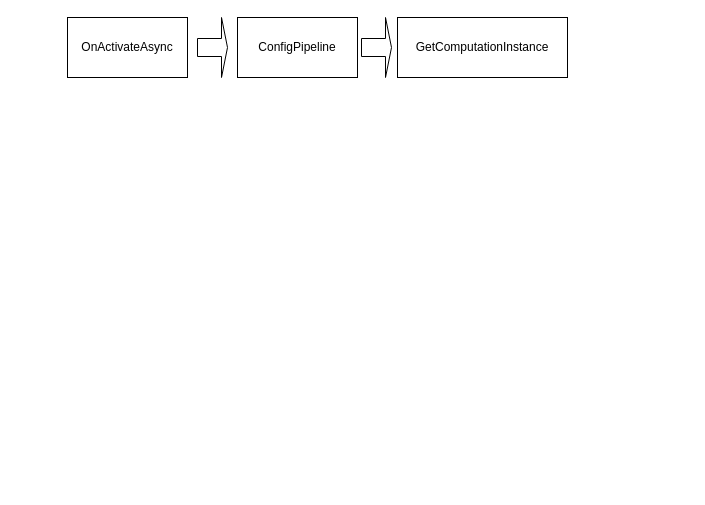
Above: work.drawio in baoqger/drawing.io (draw.io), before the change. Source tidied: cells renumbered, new cells numbered last; positions are measured from the earlier drawing's top-left corner, leaving out a move shared by most shapes. Both pictures are drawn from the tidied source at 100%, with x=0, y=0 at pixel (67, 17).
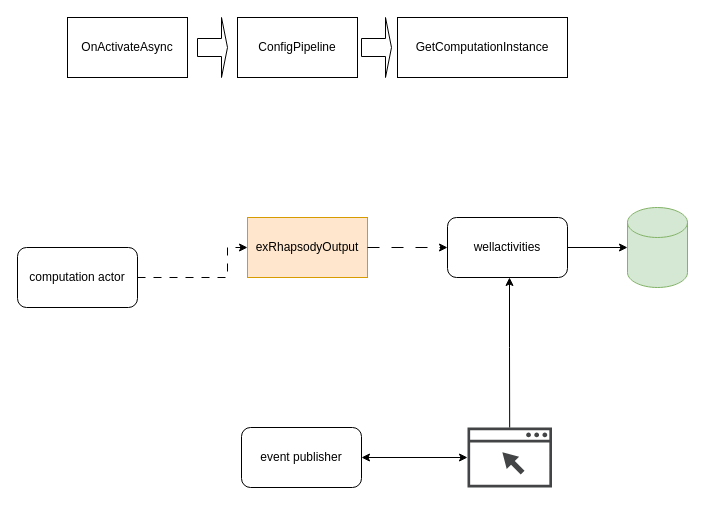
Above is the later version.

Change to the diagram source:
```diff
@@
+    <mxCell id="7" value="computation actor" style="rounded=1;whiteSpace=wrap;html=1;" parent="1" vertex="1">
+      <mxGeometry x="-50" y="230" width="120" height="60" as="geometry" />
+    </mxCell>
+    <mxCell id="8" value="exRhapsodyOutput" style="rounded=0;whiteSpace=wrap;html=1;fillColor=#ffe6cc;strokeColor=#d79b00;" parent="1" vertex="1">
+      <mxGeometry x="180" y="200" width="120" height="60" as="geometry" />
+    </mxCell>
+    <mxCell id="9" style="endArrow=classic;html=1;rounded=0;exitX=1;exitY=0.5;exitDx=0;exitDy=0;entryX=0;entryY=0.5;entryDx=0;entryDy=0;dashed=1;dashPattern=8 8;" parent="1" edge="1" source="7" target="8">
+      <mxGeometry relative="1" as="geometry">
+        <Array as="points">
+          <mxPoint x="160" y="260" />
+          <mxPoint x="160" y="230" />
+        </Array>
+      </mxGeometry>
+    </mxCell>
+    <mxCell id="10" value="wellactivities" style="rounded=1;whiteSpace=wrap;html=1;" parent="1" vertex="1">
+      <mxGeometry x="380" y="200" width="120" height="60" as="geometry" />
+    </mxCell>
+    <mxCell id="11" style="shape=cylinder3;whiteSpace=wrap;html=1;boundedLbl=1;backgroundOutline=1;size=15;fillColor=#d5e8d4;strokeColor=#82b366;" parent="1" vertex="1">
+      <mxGeometry x="560" y="190" width="60" height="80" as="geometry" />
+    </mxCell>
+    <mxCell id="12" style="endArrow=classic;html=1;rounded=0;exitX=1;exitY=0.5;exitDx=0;exitDy=0;entryX=0;entryY=0.5;entryDx=0;entryDy=0;dashed=1;dashPattern=12 12;" parent="1" edge="1" source="8" target="10">
+      <mxGeometry relative="1" as="geometry" />
+    </mxCell>
+    <mxCell id="13" style="endArrow=classic;html=1;rounded=0;exitX=1;exitY=0.5;exitDx=0;exitDy=0;entryX=0;entryY=0.5;entryDx=0;entryDy=0;entryPerimeter=0;" parent="1" edge="1" source="10" target="11">
+      <mxGeometry relative="1" as="geometry" />
+    </mxCell>
+    <mxCell id="14" value="event publisher" style="rounded=1;whiteSpace=wrap;html=1;" parent="1" vertex="1">
+      <mxGeometry x="174" y="410" width="120" height="60" as="geometry" />
+    </mxCell>
+    <mxCell id="15" style="sketch=0;shadow=0;dashed=0;html=1;strokeColor=none;fillColor=#434445;labelPosition=center;verticalLabelPosition=bottom;verticalAlign=top;align=center;outlineConnect=0;shape=mxgraph.vvd.web_browser;" parent="1" vertex="1">
+      <mxGeometry x="400" y="410" width="84.5" height="60" as="geometry" />
+    </mxCell>
+    <mxCell id="16" style="endArrow=classic;startArrow=classic;html=1;rounded=0;exitX=1;exitY=0.5;exitDx=0;exitDy=0;" parent="1" edge="1" source="14" target="15">
+      <mxGeometry relative="1" as="geometry" />
+    </mxCell>
+    <mxCell id="17" style="endArrow=classic;html=1;rounded=0;" parent="1" edge="1" source="15">
+      <mxGeometry relative="1" as="geometry">
+        <mxPoint x="442" y="260" as="targetPoint" />
+        <Array as="points">
+          <mxPoint x="442" y="330" />
+        </Array>
+      </mxGeometry>
+    </mxCell>
```
